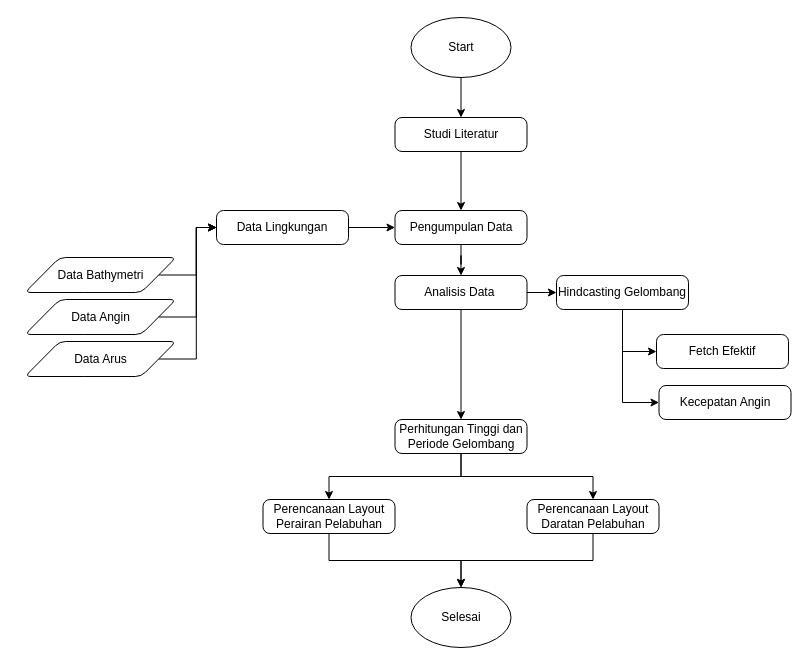
Above: Laporan Kerja Praktek.drawio in rubin429/design-port-and-harbour (draw.io), before the change. Source tidied: cells renumbered, new cells numbered last; positions are measured from the earlier drawing's top-left corner, leaving out a move shared by most shapes. Both pictures are drawn from the tidied source at 100%, with x=0, y=0 at pixel (24, 17).
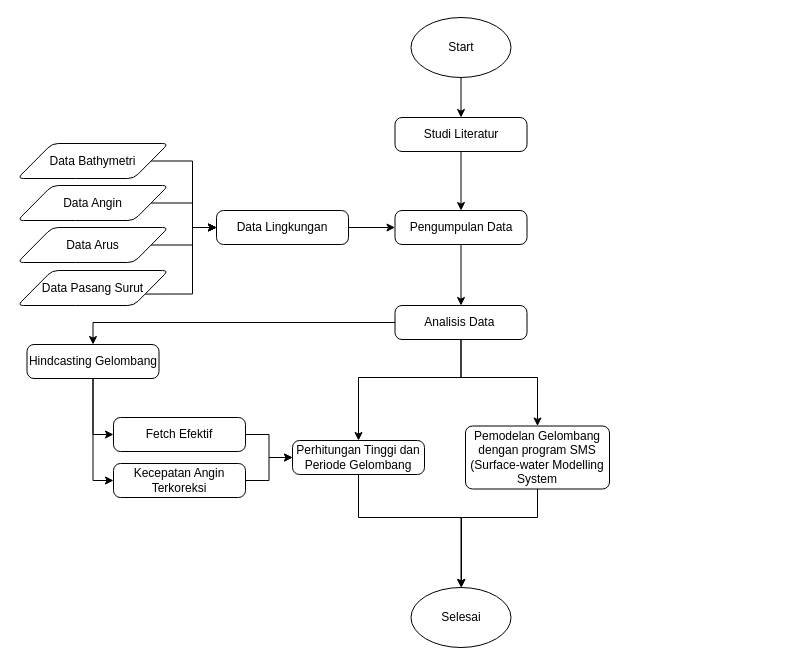
After the change.

The change refers to these unchanged cells:
```xml
<mxCell id="11" value="Data Lingkungan" style="rounded=1;whiteSpace=wrap;html=1;absoluteArcSize=1;arcSize=14;strokeWidth=1;" parent="1" vertex="1">
  <mxGeometry x="192" y="193" width="132" height="34" as="geometry" />
</mxCell>
<mxCell id="31" value="Selesai" style="strokeWidth=1;html=1;shape=mxgraph.flowchart.start_1;whiteSpace=wrap;" parent="1" vertex="1">
  <mxGeometry x="386.5" y="570" width="100" height="60" as="geometry" />
</mxCell>
```

Diff of the diagram source:
```diff
@@
     <mxCell id="6" value="Data Bathymetri" style="shape=parallelogram;html=1;strokeWidth=1;perimeter=parallelogramPerimeter;whiteSpace=wrap;rounded=1;arcSize=12;size=0.23;" parent="1" vertex="1">
-      <mxGeometry x="0.5" y="240" width="151" height="35" as="geometry" />
+      <mxGeometry x="-7" y="126" width="151" height="35" as="geometry" />
     </mxCell>
@@
     <mxCell id="8" value="Data Angin" style="shape=parallelogram;html=1;strokeWidth=1;perimeter=parallelogramPerimeter;whiteSpace=wrap;rounded=1;arcSize=12;size=0.23;" parent="1" vertex="1">
-      <mxGeometry x="0.5" y="282" width="151" height="35" as="geometry" />
+      <mxGeometry x="-7" y="168" width="151" height="35" as="geometry" />
     </mxCell>
@@
     <mxCell id="10" value="Data Arus" style="shape=parallelogram;html=1;strokeWidth=1;perimeter=parallelogramPerimeter;whiteSpace=wrap;rounded=1;arcSize=12;size=0.23;" parent="1" vertex="1">
-      <mxGeometry x="0.5" y="324" width="151" height="35" as="geometry" />
+      <mxGeometry x="-7" y="210" width="151" height="35" as="geometry" />
     </mxCell>
@@
+    <mxCell id="13" style="edgeStyle=orthogonalEdgeStyle;rounded=0;jettySize=auto;html=1;" parent="1" edge="1" source="14" target="20">
+      <mxGeometry relative="1" as="geometry">
+        <Array as="points">
+          <mxPoint x="437" y="360" />
+          <mxPoint x="334" y="360" />
+        </Array>
+      </mxGeometry>
+    </mxCell>
+    <mxCell id="32" style="edgeStyle=orthogonalEdgeStyle;rounded=0;jettySize=auto;html=1;entryX=0.5;entryY=0;entryDx=0;entryDy=0;" parent="1" edge="1" source="14" target="36">
+      <mxGeometry relative="1" as="geometry">
+        <Array as="points">
+          <mxPoint x="437" y="360" />
+          <mxPoint x="513" y="360" />
+        </Array>
+      </mxGeometry>
+    </mxCell>
-    <mxCell id="12" style="edgeStyle=orthogonalEdgeStyle;rounded=0;jettySize=auto;html=1;exitX=1;exitY=0.5;exitDx=0;exitDy=0;entryX=0;entryY=0.5;entryDx=0;entryDy=0;" parent="1" edge="1" source="14" target="17">
+    <mxCell id="12" style="edgeStyle=orthogonalEdgeStyle;rounded=0;jettySize=auto;html=1;" parent="1" edge="1" source="14" target="17">
       <mxGeometry relative="1" as="geometry" />
     </mxCell>
-    <mxCell id="13" style="edgeStyle=orthogonalEdgeStyle;rounded=0;jettySize=auto;html=1;" parent="1" edge="1" source="14" target="20">
-      <mxGeometry relative="1" as="geometry" />
-    </mxCell>
     <mxCell id="14" value="Analisis Data&amp;nbsp;" style="rounded=1;whiteSpace=wrap;html=1;absoluteArcSize=1;arcSize=14;strokeWidth=1;" parent="1" vertex="1">
-      <mxGeometry x="370.5" y="258" width="132" height="34" as="geometry" />
+      <mxGeometry x="370.5" y="288" width="132" height="34" as="geometry" />
     </mxCell>
-    <mxCell id="15" style="edgeStyle=orthogonalEdgeStyle;rounded=0;jettySize=auto;html=1;exitX=0.5;exitY=1;exitDx=0;exitDy=0;entryX=0;entryY=0.5;entryDx=0;entryDy=0;" parent="1" edge="1" source="17" target="21">
-      <mxGeometry relative="1" as="geometry" />
-    </mxCell>
-    <mxCell id="16" style="edgeStyle=orthogonalEdgeStyle;rounded=0;jettySize=auto;html=1;exitX=0.5;exitY=1;exitDx=0;exitDy=0;entryX=0;entryY=0.5;entryDx=0;entryDy=0;" parent="1" edge="1" source="17" target="22">
-      <mxGeometry relative="1" as="geometry" />
-    </mxCell>
-    <mxCell id="17" value="Hindcasting Gelombang" style="rounded=1;whiteSpace=wrap;html=1;absoluteArcSize=1;arcSize=14;strokeWidth=1;" parent="1" vertex="1">
-      <mxGeometry x="532" y="258" width="132" height="34" as="geometry" />
-    </mxCell>
-    <mxCell id="18" style="edgeStyle=orthogonalEdgeStyle;rounded=0;jettySize=auto;html=1;exitX=0.5;exitY=1;exitDx=0;exitDy=0;entryX=0.5;entryY=0;entryDx=0;entryDy=0;" parent="1" edge="1" source="20" target="24">
-      <mxGeometry relative="1" as="geometry" />
-    </mxCell>
-    <mxCell id="19" style="edgeStyle=orthogonalEdgeStyle;rounded=0;jettySize=auto;html=1;" parent="1" edge="1" source="20" target="26">
-      <mxGeometry relative="1" as="geometry" />
-    </mxCell>
+    <mxCell id="33" style="edgeStyle=orthogonalEdgeStyle;rounded=0;jettySize=auto;html=1;exitX=0.5;exitY=1;exitDx=0;exitDy=0;entryX=0.5;entryY=0;entryDx=0;entryDy=0;entryPerimeter=0;" parent="1" edge="1" source="20" target="31">
+      <mxGeometry relative="1" as="geometry">
+        <Array as="points">
+          <mxPoint x="334" y="500" />
+          <mxPoint x="437" y="500" />
+        </Array>
+      </mxGeometry>
+    </mxCell>
     <mxCell id="20" value="Perhitungan Tinggi dan Periode Gelombang" style="rounded=1;whiteSpace=wrap;html=1;absoluteArcSize=1;arcSize=14;strokeWidth=1;" parent="1" vertex="1">
-      <mxGeometry x="370.5" y="402" width="132" height="34" as="geometry" />
+      <mxGeometry x="268" y="423" width="132" height="34" as="geometry" />
     </mxCell>
-    <mxCell id="21" value="Fetch Efektif" style="rounded=1;whiteSpace=wrap;html=1;absoluteArcSize=1;arcSize=14;strokeWidth=1;" parent="1" vertex="1">
-      <mxGeometry x="632" y="317" width="132" height="34" as="geometry" />
-    </mxCell>
+    <mxCell id="34" style="edgeStyle=orthogonalEdgeStyle;rounded=0;jettySize=auto;html=1;exitX=1;exitY=0.5;exitDx=0;exitDy=0;entryX=0;entryY=0.5;entryDx=0;entryDy=0;" parent="1" edge="1" source="22" target="20">
+      <mxGeometry relative="1" as="geometry" />
+    </mxCell>
-    <mxCell id="22" value="Kecepatan Angin" style="rounded=1;whiteSpace=wrap;html=1;absoluteArcSize=1;arcSize=14;strokeWidth=1;" parent="1" vertex="1">
-      <mxGeometry x="634.5" y="368" width="132" height="34" as="geometry" />
+    <mxCell id="22" value="Kecepatan Angin Terkoreksi" style="rounded=1;whiteSpace=wrap;html=1;absoluteArcSize=1;arcSize=14;strokeWidth=1;" parent="1" vertex="1">
+      <mxGeometry x="89" y="446" width="132" height="34" as="geometry" />
     </mxCell>
-    <mxCell id="23" style="edgeStyle=orthogonalEdgeStyle;rounded=0;jettySize=auto;html=1;entryX=0.5;entryY=0;entryDx=0;entryDy=0;entryPerimeter=0;exitX=0.5;exitY=1;exitDx=0;exitDy=0;" parent="1" edge="1" source="24" target="31">
-      <mxGeometry relative="1" as="geometry" />
-    </mxCell>
-    <mxCell id="24" value="Perencanaan Layout Perairan Pelabuhan" style="rounded=1;whiteSpace=wrap;html=1;absoluteArcSize=1;arcSize=14;strokeWidth=1;" parent="1" vertex="1">
-      <mxGeometry x="238.5" y="482" width="132" height="34" as="geometry" />
-    </mxCell>
-    <mxCell id="25" style="edgeStyle=orthogonalEdgeStyle;rounded=0;jettySize=auto;html=1;exitX=0.5;exitY=1;exitDx=0;exitDy=0;entryX=0.5;entryY=0;entryDx=0;entryDy=0;entryPerimeter=0;" parent="1" edge="1" source="26" target="31">
-      <mxGeometry relative="1" as="geometry" />
-    </mxCell>
-    <mxCell id="26" value="Perencanaan Layout Daratan Pelabuhan" style="rounded=1;whiteSpace=wrap;html=1;absoluteArcSize=1;arcSize=14;strokeWidth=1;" parent="1" vertex="1">
-      <mxGeometry x="502.5" y="482" width="132" height="34" as="geometry" />
-    </mxCell>
@@
+    <mxCell id="35" style="edgeStyle=orthogonalEdgeStyle;rounded=0;jettySize=auto;html=1;" parent="1" edge="1" source="36" target="31">
+      <mxGeometry relative="1" as="geometry">
+        <Array as="points">
+          <mxPoint x="513" y="500" />
+          <mxPoint x="437" y="500" />
+        </Array>
+      </mxGeometry>
+    </mxCell>
+    <mxCell id="36" value="Pemodelan Gelombang dengan program SMS (Surface-water Modelling System" style="rounded=1;whiteSpace=wrap;html=1;absoluteArcSize=1;arcSize=14;strokeWidth=1;" parent="1" vertex="1">
+      <mxGeometry x="441" y="408.5" width="144" height="63" as="geometry" />
+    </mxCell>
+    <mxCell id="37" style="edgeStyle=orthogonalEdgeStyle;rounded=0;jettySize=auto;html=1;exitX=1;exitY=0.75;exitDx=0;exitDy=0;entryX=0;entryY=0.5;entryDx=0;entryDy=0;" parent="1" edge="1" source="38" target="11">
+      <mxGeometry relative="1" as="geometry" />
+    </mxCell>
+    <mxCell id="38" value="Data Pasang Surut" style="shape=parallelogram;html=1;strokeWidth=1;perimeter=parallelogramPerimeter;whiteSpace=wrap;rounded=1;arcSize=12;size=0.23;" parent="1" vertex="1">
+      <mxGeometry x="-7" y="253" width="151" height="35" as="geometry" />
+    </mxCell>
+    <mxCell id="15" style="edgeStyle=orthogonalEdgeStyle;rounded=0;jettySize=auto;html=1;exitX=0.5;exitY=1;exitDx=0;exitDy=0;entryX=0;entryY=0.5;entryDx=0;entryDy=0;" parent="1" edge="1" source="17" target="21">
+      <mxGeometry relative="1" as="geometry" />
+    </mxCell>
+    <mxCell id="16" style="edgeStyle=orthogonalEdgeStyle;rounded=0;jettySize=auto;html=1;exitX=0.5;exitY=1;exitDx=0;exitDy=0;entryX=0;entryY=0.5;entryDx=0;entryDy=0;" parent="1" edge="1" source="17" target="22">
+      <mxGeometry relative="1" as="geometry" />
+    </mxCell>
+    <mxCell id="17" value="Hindcasting Gelombang" style="rounded=1;whiteSpace=wrap;html=1;absoluteArcSize=1;arcSize=14;strokeWidth=1;" parent="1" vertex="1">
+      <mxGeometry x="2.5" y="327" width="132" height="34" as="geometry" />
+    </mxCell>
+    <mxCell id="39" style="edgeStyle=orthogonalEdgeStyle;rounded=0;jettySize=auto;html=1;exitX=1;exitY=0.5;exitDx=0;exitDy=0;" parent="1" edge="1" source="21" target="20">
+      <mxGeometry relative="1" as="geometry" />
+    </mxCell>
+    <mxCell id="21" value="Fetch Efektif" style="rounded=1;whiteSpace=wrap;html=1;absoluteArcSize=1;arcSize=14;strokeWidth=1;" parent="1" vertex="1">
+      <mxGeometry x="89" y="400" width="132" height="34" as="geometry" />
+    </mxCell>
```
